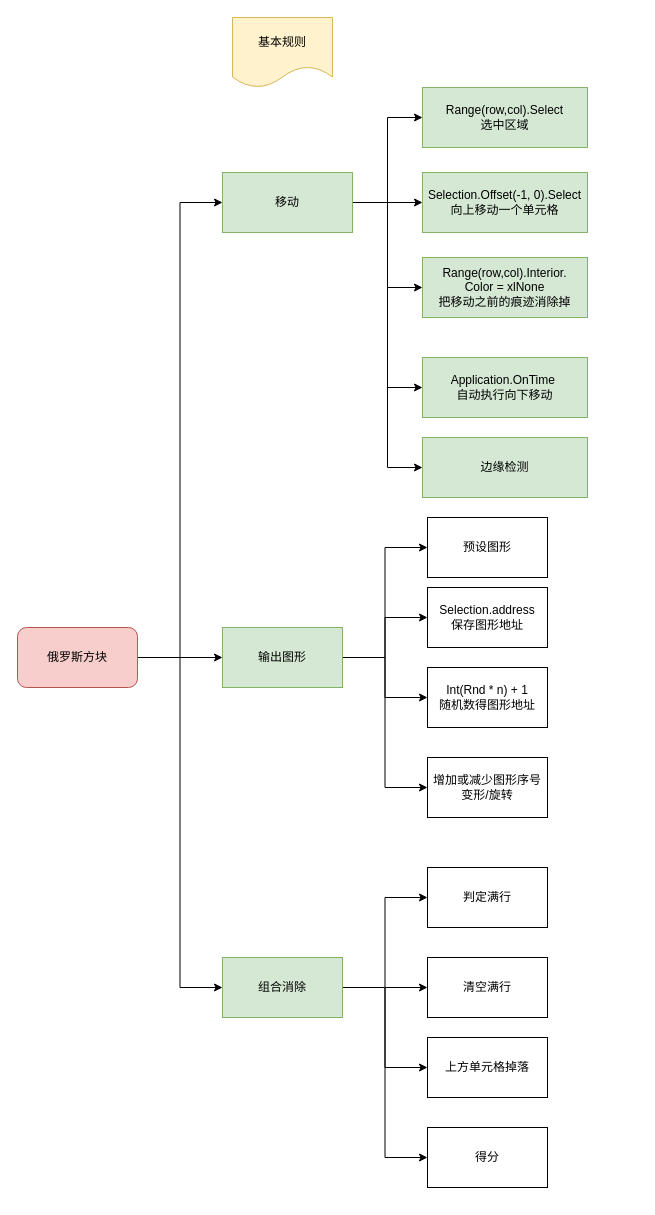
Above: 未命名绘图.drawio in javakenny/Drawio (draw.io), before the change. Source tidied: cells renumbered, new cells numbered last; positions are measured from the earlier drawing's top-left corner, leaving out a move shared by most shapes. Both pictures are drawn from the tidied source at 100%, with x=0, y=0 at pixel (17, 17).
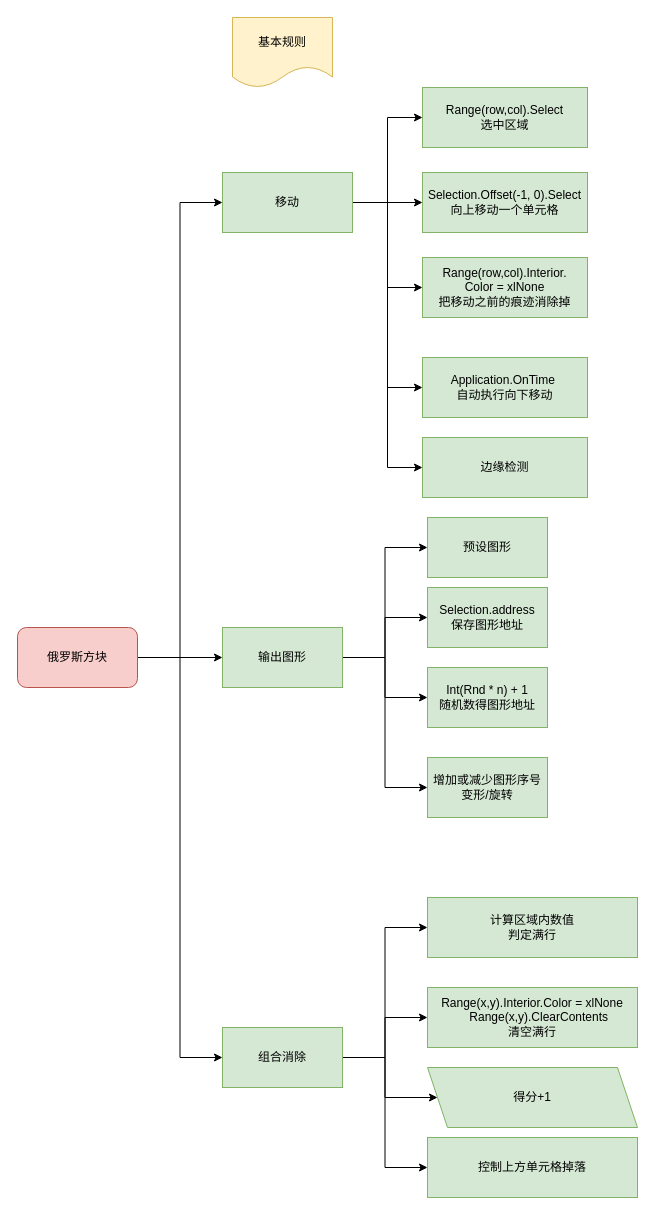
The same page after the edit.

Commit message (it also covers changes not shown here):
更新未命名绘图.drawio

Change to the diagram source:
```diff
@@
+    <mxCell id="14" style="edgeStyle=orthogonalEdgeStyle;rounded=0;jettySize=auto;html=1;entryX=0;entryY=0.5;entryDx=0;entryDy=0;" parent="1" edge="1" source="16" target="34">
+      <mxGeometry relative="1" as="geometry" />
+    </mxCell>
@@
+    <mxCell id="36" style="edgeStyle=orthogonalEdgeStyle;rounded=0;jettySize=auto;html=1;" parent="1" edge="1" source="16" target="37">
+      <mxGeometry relative="1" as="geometry" />
+    </mxCell>
@@
-    <mxCell id="14" style="edgeStyle=orthogonalEdgeStyle;rounded=0;jettySize=auto;html=1;entryX=0;entryY=0.5;entryDx=0;entryDy=0;" parent="1" edge="1" source="16" target="34">
-      <mxGeometry relative="1" as="geometry" />
-    </mxCell>
-    <mxCell id="15" style="edgeStyle=orthogonalEdgeStyle;rounded=0;jettySize=auto;html=1;entryX=0;entryY=0.5;entryDx=0;entryDy=0;" parent="1" edge="1" source="16" target="35">
-      <mxGeometry relative="1" as="geometry" />
-    </mxCell>
     <mxCell id="16" value="组合消除" style="rounded=0;whiteSpace=wrap;html=1;fillColor=#d5e8d4;strokeColor=#82b366;" parent="1" vertex="1">
-      <mxGeometry x="205" y="940" width="120" height="60" as="geometry" />
+      <mxGeometry x="205" y="1010" width="120" height="60" as="geometry" />
     </mxCell>
@@
-    <mxCell id="28" value="预设图形" style="rounded=0;whiteSpace=wrap;html=1;" parent="1" vertex="1">
+    <mxCell id="28" value="预设图形" style="rounded=0;whiteSpace=wrap;html=1;fillColor=#d5e8d4;strokeColor=#82b366;" parent="1" vertex="1">
       <mxGeometry x="410" y="500" width="120" height="60" as="geometry" />
     </mxCell>
-    <mxCell id="29" value="Selection.address&lt;br&gt;保存图形地址" style="rounded=0;whiteSpace=wrap;html=1;" parent="1" vertex="1">
+    <mxCell id="29" value="Selection.address&lt;br&gt;保存图形地址" style="rounded=0;whiteSpace=wrap;html=1;fillColor=#d5e8d4;strokeColor=#82b366;" parent="1" vertex="1">
       <mxGeometry x="410" y="570" width="120" height="60" as="geometry" />
     </mxCell>
-    <mxCell id="30" value="Int(Rnd * n) + 1&lt;br&gt;随机数得图形地址" style="rounded=0;whiteSpace=wrap;html=1;" parent="1" vertex="1">
+    <mxCell id="30" value="Int(Rnd * n) + 1&lt;br&gt;随机数得图形地址" style="rounded=0;whiteSpace=wrap;html=1;fillColor=#d5e8d4;strokeColor=#82b366;" parent="1" vertex="1">
       <mxGeometry x="410" y="650" width="120" height="60" as="geometry" />
     </mxCell>
-    <mxCell id="31" value="增加或减少图形序号&lt;br&gt;变形/旋转" style="rounded=0;whiteSpace=wrap;html=1;" parent="1" vertex="1">
+    <mxCell id="31" value="增加或减少图形序号&lt;br&gt;变形/旋转" style="rounded=0;whiteSpace=wrap;html=1;fillColor=#d5e8d4;strokeColor=#82b366;" parent="1" vertex="1">
       <mxGeometry x="410" y="740" width="120" height="60" as="geometry" />
     </mxCell>
-    <mxCell id="32" value="判定满行" style="rounded=0;whiteSpace=wrap;html=1;" parent="1" vertex="1">
-      <mxGeometry x="410" y="850" width="120" height="60" as="geometry" />
+    <mxCell id="32" value="计算区域内数值&lt;br&gt;判定满行" style="rounded=0;whiteSpace=wrap;html=1;fillColor=#d5e8d4;strokeColor=#82b366;flipV=1;" parent="1" vertex="1">
+      <mxGeometry x="410" y="880" width="210" height="60" as="geometry" />
     </mxCell>
-    <mxCell id="33" value="清空满行" style="rounded=0;whiteSpace=wrap;html=1;" parent="1" vertex="1">
-      <mxGeometry x="410" y="940" width="120" height="60" as="geometry" />
+    <mxCell id="33" value="&lt;div&gt;Range(x,y).Interior.Color = xlNone&lt;/div&gt;&lt;div&gt;&amp;nbsp; &amp;nbsp; Range(x,y).ClearContents&lt;/div&gt;清空满行" style="rounded=0;whiteSpace=wrap;html=1;fillColor=#d5e8d4;strokeColor=#82b366;flipV=1;" parent="1" vertex="1">
+      <mxGeometry x="410" y="970" width="210" height="60" as="geometry" />
     </mxCell>
-    <mxCell id="34" value="上方单元格掉落" style="rounded=0;whiteSpace=wrap;html=1;" parent="1" vertex="1">
-      <mxGeometry x="410" y="1020" width="120" height="60" as="geometry" />
+    <mxCell id="34" value="控制上方单元格掉落" style="rounded=0;whiteSpace=wrap;html=1;fillColor=#d5e8d4;strokeColor=#82b366;flipV=1;" parent="1" vertex="1">
+      <mxGeometry x="410" y="1120" width="210" height="60" as="geometry" />
     </mxCell>
-    <mxCell id="35" value="得分" style="rounded=0;whiteSpace=wrap;html=1;" parent="1" vertex="1">
-      <mxGeometry x="410" y="1110" width="120" height="60" as="geometry" />
-    </mxCell>
+    <mxCell id="37" value="得分+1" style="shape=parallelogram;perimeter=parallelogramPerimeter;whiteSpace=wrap;html=1;fixedSize=1;fillColor=#d5e8d4;strokeColor=#82b366;flipV=1;" parent="1" vertex="1">
+      <mxGeometry x="410" y="1050" width="210" height="60" as="geometry" />
+    </mxCell>
```
